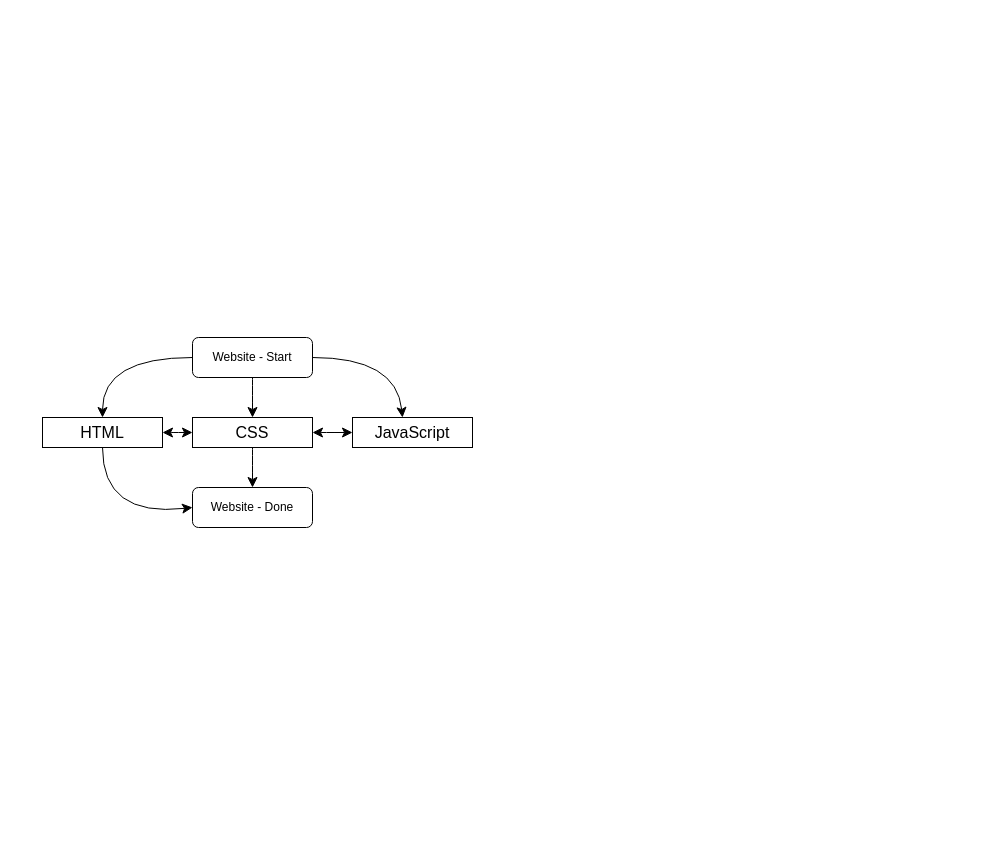
This is 未命名绘图.drawio from SOMECREATUREHM/Scottish_BR-BW_Stages, a draw.io file, before an edit. Source tidied: cells renumbered, new cells numbered last; positions are measured from the earlier drawing's top-left corner, leaving out a move shared by most shapes. Both pictures are drawn from the tidied source at 100%, with x=0, y=0 at pixel (42, 337).
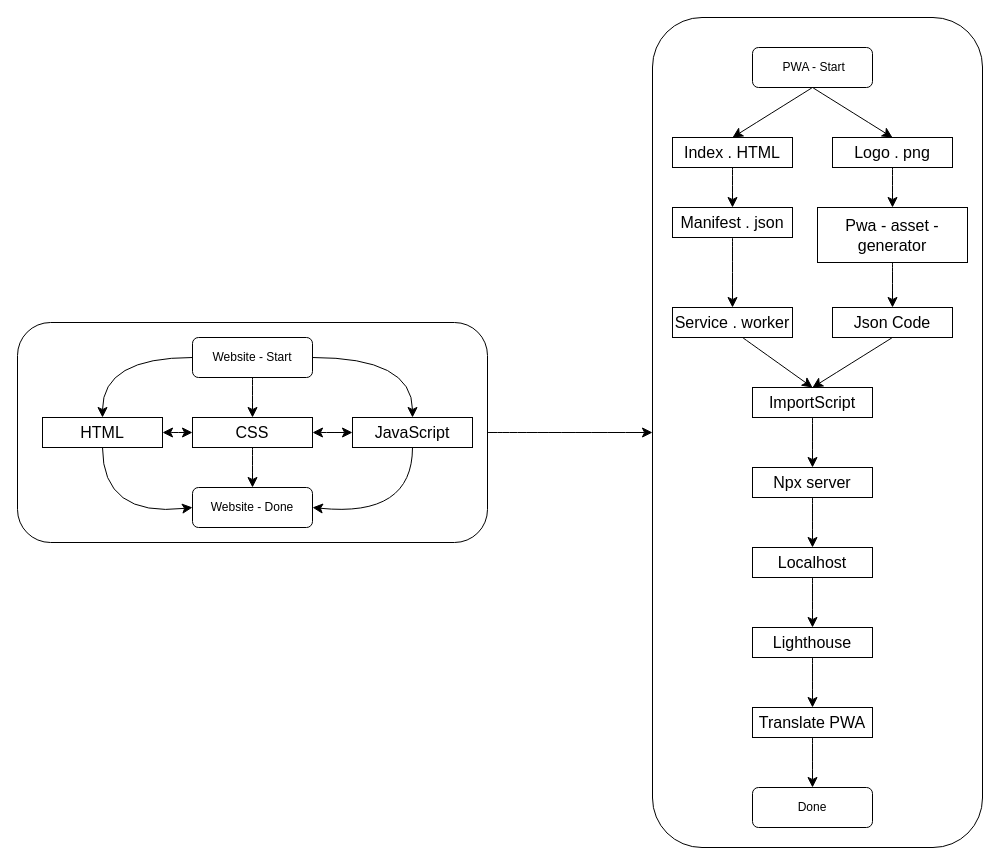
After the change.

Commit message:
WEB2PWA

Unchanged cells that the change refers to:
```xml
<mxCell id="2" value="Website - Start" style="rounded=1;whiteSpace=wrap;html=1;fontSize=12;glass=0;strokeWidth=1;shadow=0;" parent="1" vertex="1">
  <mxGeometry x="150" width="120" height="40" as="geometry" />
</mxCell>
<mxCell id="5" value="JavaScript" style="rounded=0;whiteSpace=wrap;html=1;fontSize=16;" parent="1" vertex="1">
  <mxGeometry x="310" y="80" width="120" height="30" as="geometry" />
</mxCell>
<mxCell id="11" value="Website - Done&lt;br&gt;" style="rounded=1;whiteSpace=wrap;html=1;fontSize=12;glass=0;strokeWidth=1;shadow=0;" parent="1" vertex="1">
  <mxGeometry x="150" y="150" width="120" height="40" as="geometry" />
</mxCell>
```

What changed in the source:
```diff
@@
+    <mxCell id="14" style="rounded=1;whiteSpace=wrap;html=1;fontSize=16;" parent="1" vertex="1">
+      <mxGeometry x="610" y="-320" width="330" height="830" as="geometry" />
+    </mxCell>
+    <mxCell id="15" value="Index . HTML" style="rounded=0;whiteSpace=wrap;html=1;fontSize=16;" parent="1" vertex="1">
+      <mxGeometry x="630" y="-200" width="120" height="30" as="geometry" />
+    </mxCell>
+    <mxCell id="16" style="rounded=1;whiteSpace=wrap;html=1;fontSize=16;" parent="1" vertex="1">
+      <mxGeometry x="-25" y="-15" width="470" height="220" as="geometry" />
+    </mxCell>
@@
-    <mxCell id="8" style="endArrow=classic;html=1;rounded=0;fontSize=12;startSize=8;endSize=8;curved=1;exitX=1;exitY=0.5;exitDx=0;exitDy=0;" parent="1" edge="1" source="2">
+    <mxCell id="8" style="endArrow=classic;html=1;rounded=0;fontSize=12;startSize=8;endSize=8;curved=1;exitX=1;exitY=0.5;exitDx=0;exitDy=0;entryX=0.5;entryY=0;entryDx=0;entryDy=0;" parent="1" edge="1" source="2" target="5">
       <mxGeometry relative="1" as="geometry">
-        <mxPoint x="360" y="80" as="targetPoint" />
         <Array as="points">
-          <mxPoint x="354" y="20" />
+          <mxPoint x="370" y="20" />
         </Array>
       </mxGeometry>
     </mxCell>
@@
+    <mxCell id="17" style="endArrow=classic;html=1;rounded=0;fontSize=12;startSize=8;endSize=8;curved=1;entryX=1;entryY=0.5;entryDx=0;entryDy=0;exitX=0.5;exitY=1;exitDx=0;exitDy=0;" parent="1" edge="1" source="5" target="11">
+      <mxGeometry relative="1" as="geometry">
+        <Array as="points">
+          <mxPoint x="370" y="180" />
+        </Array>
+      </mxGeometry>
+    </mxCell>
+    <mxCell id="18" value="&amp;nbsp;PWA - Start" style="rounded=1;whiteSpace=wrap;html=1;fontSize=12;glass=0;strokeWidth=1;shadow=0;" parent="1" vertex="1">
+      <mxGeometry x="710" y="-290" width="120" height="40" as="geometry" />
+    </mxCell>
+    <mxCell id="19" value="Logo . png&lt;br&gt;" style="rounded=0;whiteSpace=wrap;html=1;fontSize=16;" parent="1" vertex="1">
+      <mxGeometry x="790" y="-200" width="120" height="30" as="geometry" />
+    </mxCell>
+    <mxCell id="20" value="Manifest . json" style="rounded=0;whiteSpace=wrap;html=1;fontSize=16;" parent="1" vertex="1">
+      <mxGeometry x="630" y="-130" width="120" height="30" as="geometry" />
+    </mxCell>
+    <mxCell id="21" value="Service . worker" style="rounded=0;whiteSpace=wrap;html=1;fontSize=16;" parent="1" vertex="1">
+      <mxGeometry x="630" y="-30" width="120" height="30" as="geometry" />
+    </mxCell>
+    <mxCell id="22" style="endArrow=classic;html=1;rounded=0;fontSize=12;startSize=8;endSize=8;curved=1;entryX=0.5;entryY=0;entryDx=0;entryDy=0;exitX=0.5;exitY=1;exitDx=0;exitDy=0;" parent="1" edge="1" source="18" target="15">
+      <mxGeometry relative="1" as="geometry" />
+    </mxCell>
+    <mxCell id="23" style="endArrow=classic;html=1;rounded=0;fontSize=12;startSize=8;endSize=8;curved=1;entryX=0.5;entryY=0;entryDx=0;entryDy=0;" parent="1" edge="1" target="19">
+      <mxGeometry relative="1" as="geometry">
+        <mxPoint x="770" y="-250" as="sourcePoint" />
+      </mxGeometry>
+    </mxCell>
+    <mxCell id="24" style="endArrow=classic;html=1;rounded=0;fontSize=12;startSize=8;endSize=8;curved=1;exitX=0.5;exitY=1;exitDx=0;exitDy=0;" parent="1" edge="1" source="15">
+      <mxGeometry relative="1" as="geometry">
+        <mxPoint x="690" y="-130" as="targetPoint" />
+      </mxGeometry>
+    </mxCell>
+    <mxCell id="25" value="Pwa - asset - generator" style="rounded=0;whiteSpace=wrap;html=1;fontSize=16;" parent="1" vertex="1">
+      <mxGeometry x="775" y="-130" width="150" height="55" as="geometry" />
+    </mxCell>
+    <mxCell id="26" style="endArrow=classic;html=1;rounded=0;fontSize=12;startSize=8;endSize=8;curved=1;exitX=0.5;exitY=1;exitDx=0;exitDy=0;entryX=0.5;entryY=0;entryDx=0;entryDy=0;" parent="1" edge="1" source="19" target="25">
+      <mxGeometry relative="1" as="geometry" />
+    </mxCell>
+    <mxCell id="27" value="Json Code" style="rounded=0;whiteSpace=wrap;html=1;fontSize=16;" parent="1" vertex="1">
+      <mxGeometry x="790" y="-30" width="120" height="30" as="geometry" />
+    </mxCell>
+    <mxCell id="28" style="endArrow=classic;html=1;rounded=0;fontSize=12;startSize=8;endSize=8;curved=1;exitX=0.5;exitY=1;exitDx=0;exitDy=0;entryX=0.5;entryY=0;entryDx=0;entryDy=0;" parent="1" edge="1" source="25" target="27">
+      <mxGeometry relative="1" as="geometry" />
+    </mxCell>
+    <mxCell id="29" style="endArrow=classic;html=1;rounded=0;fontSize=12;startSize=8;endSize=8;curved=1;exitX=0.5;exitY=1;exitDx=0;exitDy=0;entryX=0.5;entryY=0;entryDx=0;entryDy=0;" parent="1" edge="1" source="20" target="21">
+      <mxGeometry relative="1" as="geometry" />
+    </mxCell>
+    <mxCell id="30" value="ImportScript" style="rounded=0;whiteSpace=wrap;html=1;fontSize=16;" parent="1" vertex="1">
+      <mxGeometry x="710" y="50" width="120" height="30" as="geometry" />
+    </mxCell>
+    <mxCell id="31" style="endArrow=classic;html=1;rounded=0;fontSize=12;startSize=8;endSize=8;curved=1;exitX=0.583;exitY=1;exitDx=0;exitDy=0;exitPerimeter=0;entryX=0.5;entryY=0;entryDx=0;entryDy=0;" parent="1" edge="1" source="21" target="30">
+      <mxGeometry relative="1" as="geometry" />
+    </mxCell>
+    <mxCell id="32" style="endArrow=classic;html=1;rounded=0;fontSize=12;startSize=8;endSize=8;curved=1;exitX=0.5;exitY=1;exitDx=0;exitDy=0;" parent="1" edge="1" source="27">
+      <mxGeometry relative="1" as="geometry">
+        <mxPoint x="770" y="50" as="targetPoint" />
+      </mxGeometry>
+    </mxCell>
+    <mxCell id="33" value="Npx server" style="rounded=0;whiteSpace=wrap;html=1;fontSize=16;" parent="1" vertex="1">
+      <mxGeometry x="710" y="130" width="120" height="30" as="geometry" />
+    </mxCell>
+    <mxCell id="34" style="endArrow=classic;html=1;rounded=0;fontSize=12;startSize=8;endSize=8;curved=1;exitX=0.5;exitY=1;exitDx=0;exitDy=0;entryX=0.5;entryY=0;entryDx=0;entryDy=0;" parent="1" edge="1" source="30" target="33">
+      <mxGeometry relative="1" as="geometry" />
+    </mxCell>
+    <mxCell id="35" value="Localhost" style="rounded=0;whiteSpace=wrap;html=1;fontSize=16;" parent="1" vertex="1">
+      <mxGeometry x="710" y="210" width="120" height="30" as="geometry" />
+    </mxCell>
+    <mxCell id="36" style="endArrow=classic;html=1;rounded=0;fontSize=12;startSize=8;endSize=8;curved=1;exitX=0.5;exitY=1;exitDx=0;exitDy=0;entryX=0.5;entryY=0;entryDx=0;entryDy=0;" parent="1" edge="1" source="33" target="35">
+      <mxGeometry relative="1" as="geometry" />
+    </mxCell>
+    <mxCell id="37" value="Lighthouse" style="rounded=0;whiteSpace=wrap;html=1;fontSize=16;" parent="1" vertex="1">
+      <mxGeometry x="710" y="290" width="120" height="30" as="geometry" />
+    </mxCell>
+    <mxCell id="38" style="endArrow=classic;html=1;rounded=0;fontSize=12;startSize=8;endSize=8;curved=1;exitX=0.5;exitY=1;exitDx=0;exitDy=0;entryX=0.5;entryY=0;entryDx=0;entryDy=0;" parent="1" edge="1" source="35" target="37">
+      <mxGeometry relative="1" as="geometry" />
+    </mxCell>
+    <mxCell id="39" value="Translate PWA" style="rounded=0;whiteSpace=wrap;html=1;fontSize=16;" parent="1" vertex="1">
+      <mxGeometry x="710" y="370" width="120" height="30" as="geometry" />
+    </mxCell>
+    <mxCell id="40" style="endArrow=classic;html=1;rounded=0;fontSize=12;startSize=8;endSize=8;curved=1;exitX=0.5;exitY=1;exitDx=0;exitDy=0;" parent="1" edge="1" source="37">
+      <mxGeometry relative="1" as="geometry">
+        <mxPoint x="770" y="370" as="targetPoint" />
+      </mxGeometry>
+    </mxCell>
+    <mxCell id="41" value="Done&lt;br&gt;" style="rounded=1;whiteSpace=wrap;html=1;fontSize=12;glass=0;strokeWidth=1;shadow=0;" parent="1" vertex="1">
+      <mxGeometry x="710" y="450" width="120" height="40" as="geometry" />
+    </mxCell>
+    <mxCell id="42" style="endArrow=classic;html=1;rounded=0;fontSize=12;startSize=8;endSize=8;curved=1;exitX=0.5;exitY=1;exitDx=0;exitDy=0;entryX=0.5;entryY=0;entryDx=0;entryDy=0;" parent="1" edge="1" source="39" target="41">
+      <mxGeometry relative="1" as="geometry" />
+    </mxCell>
+    <mxCell id="43" style="endArrow=classic;html=1;rounded=0;fontSize=12;startSize=8;endSize=8;curved=1;exitX=1;exitY=0.5;exitDx=0;exitDy=0;entryX=0;entryY=0.5;entryDx=0;entryDy=0;" parent="1" edge="1" source="16" target="14">
+      <mxGeometry relative="1" as="geometry" />
+    </mxCell>
```
